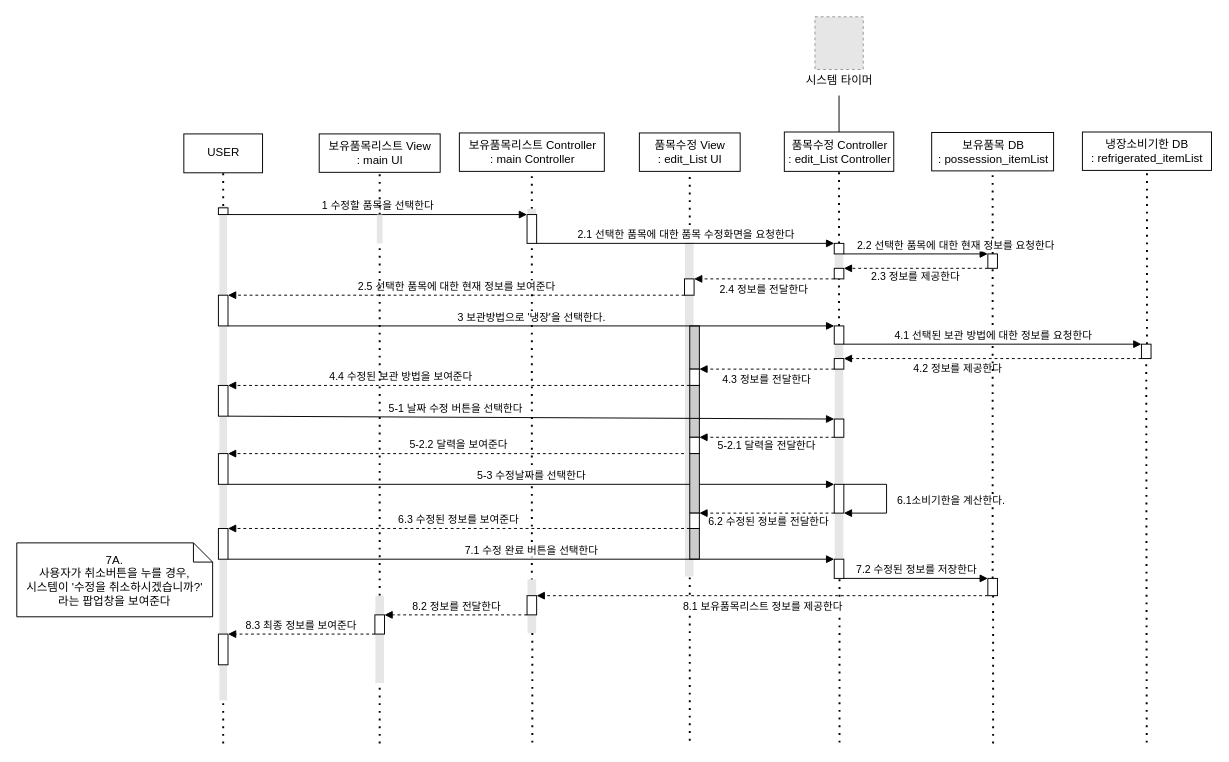
This is Weekly Progress/10주차(구조발표)/diagram/SequenceDiagram(수정_대체흐름3A)_최종.drawio from LumiereKANG/SW_development, a draw.io file, before an edit. Source tidied: cells renumbered, new cells numbered last; positions are measured from the earlier drawing's top-left corner, leaving out a move shared by most shapes. Both pictures are drawn from the tidied source at 96%, with x=0, y=0 at pixel (16, 16). Pictures stored in the file or linked from it are replaced by grey dashed boxes.
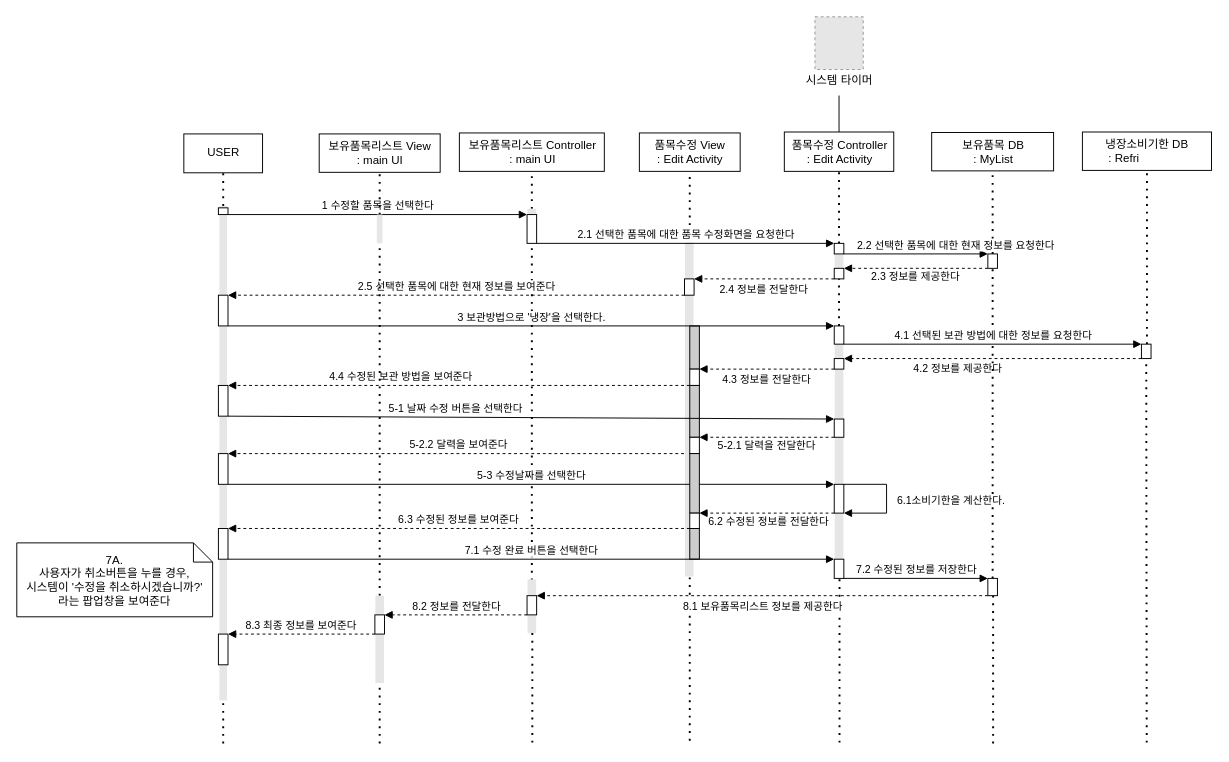
Above is the later version.

Diff of the diagram source:
```diff
@@
-    <mxCell id="14" value="보유품목리스트 Controller&lt;br&gt;: main Controller" style="html=1;" parent="1" vertex="1">
+    <mxCell id="14" value="보유품목리스트 Controller&lt;br&gt;: main UI" style="html=1;" parent="1" vertex="1">
       <mxGeometry x="461" y="121" width="151" height="40" as="geometry" />
     </mxCell>
-    <mxCell id="15" value="품목수정 View&lt;br&gt;: edit_List UI" style="html=1;" parent="1" vertex="1">
+    <mxCell id="15" value="품목수정 View&lt;br&gt;: Edit Activity" style="html=1;" parent="1" vertex="1">
       <mxGeometry x="648.5" y="121" width="105" height="40" as="geometry" />
     </mxCell>
-    <mxCell id="16" value="품목수정&amp;nbsp;Controller&lt;br&gt;: edit_List Controller" style="html=1;" parent="1" vertex="1">
+    <mxCell id="16" value="품목수정&amp;nbsp;Controller&lt;br&gt;: Edit Activity" style="html=1;" parent="1" vertex="1">
       <mxGeometry x="799.5" y="120" width="114" height="41" as="geometry" />
     </mxCell>
-    <mxCell id="17" value="보유품목 DB&lt;br&gt;: possession_itemList" style="html=1;" parent="1" vertex="1">
+    <mxCell id="17" value="보유품목 DB&lt;br&gt;: MyList" style="html=1;" parent="1" vertex="1">
       <mxGeometry x="953" y="120.5" width="127" height="40" as="geometry" />
     </mxCell>
-    <mxCell id="18" value="냉장소비기한 DB&lt;br&gt;: refrigerated_itemList" style="html=1;" parent="1" vertex="1">
+    <mxCell id="18" value="냉장소비기한 DB&lt;br&gt;: Refri&lt;span style=&quot;white-space: pre&quot;&gt;&#9;&lt;/span&gt;&lt;span style=&quot;white-space: pre&quot;&gt;&#9;&lt;/span&gt;" style="html=1;" parent="1" vertex="1">
       <mxGeometry x="1110" y="120" width="134.5" height="40" as="geometry" />
     </mxCell>
```
